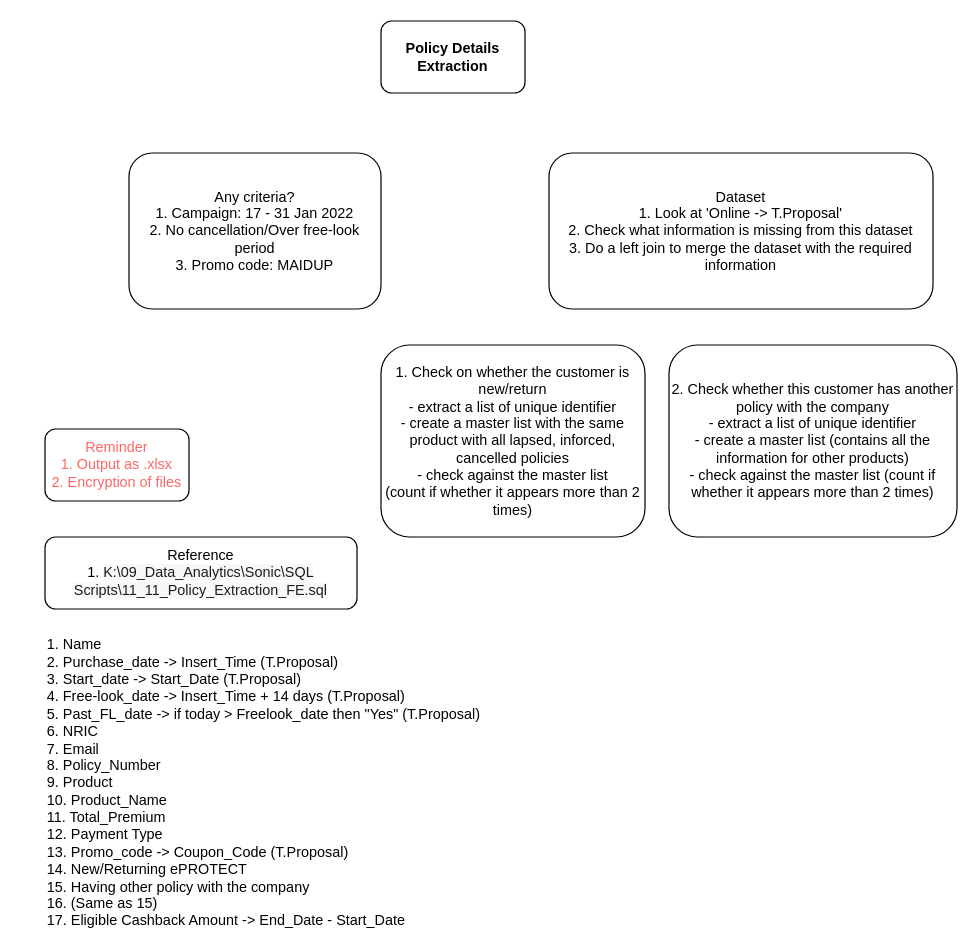
Before: Untitled Diagram.drawio in orlandokohjy/Etiqa, a draw.io diagram. Source tidied: cells renumbered, new cells numbered last; positions are measured from the earlier drawing's top-left corner, leaving out a move shared by most shapes. Both pictures are drawn from the tidied source at 120%, with x=0, y=0 at pixel (44, 20).
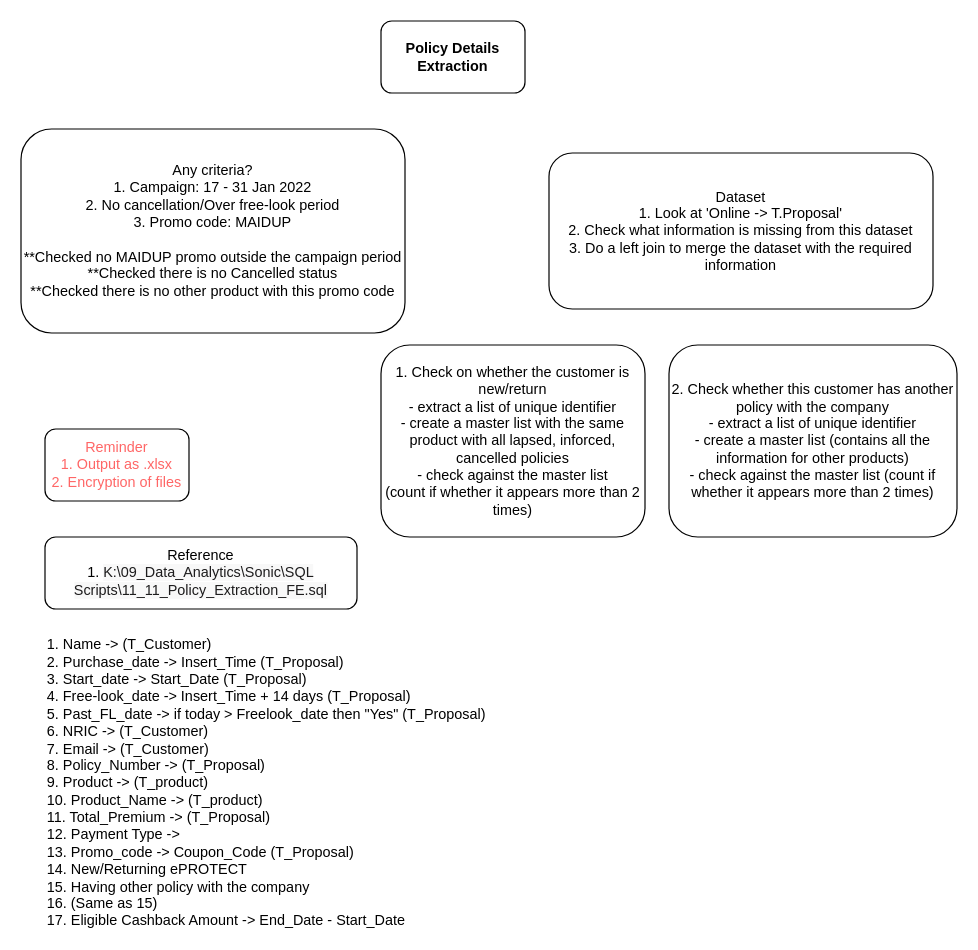
After the change.

Diff of the diagram source:
```diff
@@
 <mxGraphModel>
   <root>
     <mxCell id="0" />
     <mxCell id="1" parent="0" />
     <mxCell id="2" value="Policy Details Extraction" style="rounded=1;whiteSpace=wrap;html=1;fontStyle=1;" parent="1" vertex="1">
       <mxGeometry x="280" width="120" height="60" as="geometry" />
     </mxCell>
-    <mxCell id="3" value="Any criteria?&lt;br&gt;1. Campaign: 17 - 31 Jan 2022&lt;br&gt;2. No cancellation/Over free-look period&lt;br&gt;3. Promo code: MAIDUP" style="rounded=1;whiteSpace=wrap;html=1;" parent="1" vertex="1">
-      <mxGeometry x="70" y="110" width="210" height="130" as="geometry" />
+    <mxCell id="3" value="Any criteria?&lt;br&gt;1. Campaign: 17 - 31 Jan 2022&lt;br&gt;2. No cancellation/Over free-look period&lt;br&gt;3. Promo code: MAIDUP&lt;br&gt;&lt;br&gt;**Checked no MAIDUP promo outside the campaign period&lt;br&gt;**Checked there is no Cancelled status&lt;br&gt;**Checked there is no other product with this promo code" style="rounded=1;whiteSpace=wrap;html=1;" parent="1" vertex="1">
+      <mxGeometry x="-20" y="90" width="320" height="170" as="geometry" />
     </mxCell>
     <mxCell id="4" value="Dataset&lt;br&gt;1. Look at 'Online -&amp;gt; T.Proposal'&lt;br&gt;2. Check what information is missing from this dataset&lt;br&gt;3. Do a left join to merge the dataset with the required information" style="rounded=1;whiteSpace=wrap;html=1;" parent="1" vertex="1">
       <mxGeometry x="420" y="110" width="320" height="130" as="geometry" />
     </mxCell>
     <mxCell id="5" value="Reminder&lt;br&gt;1. Output as .xlsx&lt;br&gt;2. Encryption of files" style="rounded=1;whiteSpace=wrap;html=1;strokeColor=default;fontColor=#FF6666;" parent="1" vertex="1">
       <mxGeometry y="340" width="120" height="60" as="geometry" />
     </mxCell>
     <mxCell id="6" value="1. Check on whether the customer is new/return&lt;br&gt;- extract a list of unique identifier&lt;br&gt;- create a master list with the same product with all lapsed, inforced, cancelled policies&lt;br&gt;- check against the master list &lt;br&gt;(count if whether it appears more than 2 times)" style="rounded=1;whiteSpace=wrap;html=1;fontColor=#000000;strokeColor=default;" parent="1" vertex="1">
       <mxGeometry x="280" y="270" width="220" height="160" as="geometry" />
     </mxCell>
     <mxCell id="7" value="2. Check whether this customer has another policy with the company&lt;br&gt;- extract a list of unique identifier&lt;br&gt;- create a master list (contains all the information for other products)&lt;br&gt;- check against the master list (count if whether it appears more than 2 times)" style="rounded=1;whiteSpace=wrap;html=1;fontColor=#000000;strokeColor=default;" parent="1" vertex="1">
       <mxGeometry x="520" y="270" width="240" height="160" as="geometry" />
     </mxCell>
     <mxCell id="8" value="Reference&lt;br&gt;1.&amp;nbsp;&lt;span style=&quot;color: rgb(29 , 28 , 29) ; text-align: left ; background-color: rgb(248 , 248 , 248)&quot;&gt;&lt;font style=&quot;font-size: 12px&quot;&gt;K:\09_Data_Analytics\Sonic\SQL Scripts\11_11_Policy_Extraction_FE.sql&lt;/font&gt;&lt;/span&gt;" style="rounded=1;whiteSpace=wrap;html=1;fontColor=#000000;strokeColor=default;" parent="1" vertex="1">
       <mxGeometry y="430" width="260" height="60" as="geometry" />
     </mxCell>
-    <mxCell id="9" value="1. Name&lt;br&gt;2. Purchase_date -&amp;gt; Insert_Time (T.Proposal)&lt;br&gt;3. Start_date -&amp;gt; Start_Date (T.Proposal)&lt;br&gt;4. Free-look_date -&amp;gt; Insert_Time + 14 days (T.Proposal)&lt;br&gt;5. Past_FL_date -&amp;gt; if today &amp;gt; Freelook_date then &quot;Yes&quot; (T.Proposal)&lt;br&gt;6. NRIC&lt;br&gt;7. Email&lt;br&gt;8. Policy_Number&lt;br&gt;9. Product&lt;br&gt;10. Product_Name&lt;br&gt;11. Total_Premium&lt;br&gt;12. Payment Type&lt;br&gt;13. Promo_code -&amp;gt; Coupon_Code (T.Proposal)&lt;br&gt;14. New/Returning ePROTECT&lt;br&gt;15. Having other policy with the company&lt;br&gt;16. (Same as 15)&lt;br&gt;17. Eligible Cashback Amount -&amp;gt; End_Date - Start_Date" style="text;html=1;strokeColor=none;fillColor=none;align=left;verticalAlign=middle;whiteSpace=wrap;rounded=0;fontSize=12;fontColor=#000000;" parent="1" vertex="1">
+    <mxCell id="9" value="1. Name -&amp;gt; (T_Customer)&lt;br&gt;2. Purchase_date -&amp;gt; Insert_Time (T_Proposal)&lt;br&gt;3. Start_date -&amp;gt; Start_Date (T_Proposal)&lt;br&gt;4. Free-look_date -&amp;gt; Insert_Time + 14 days (T_Proposal)&lt;br&gt;5. Past_FL_date -&amp;gt; if today &amp;gt; Freelook_date then &quot;Yes&quot; (T_Proposal)&lt;br&gt;6. NRIC -&amp;gt; (T_Customer)&lt;br&gt;7. Email -&amp;gt; (T_Customer)&lt;br&gt;8. Policy_Number -&amp;gt; (T_Proposal)&lt;br&gt;9. Product -&amp;gt; (T_product)&lt;br&gt;10. Product_Name -&amp;gt; (T_product)&lt;br&gt;11. Total_Premium -&amp;gt; (T_Proposal)&lt;br&gt;12. Payment Type -&amp;gt;&amp;nbsp;&lt;br&gt;13. Promo_code -&amp;gt; Coupon_Code (T_Proposal)&lt;br&gt;14. New/Returning ePROTECT&lt;br&gt;15. Having other policy with the company&lt;br&gt;16. (Same as 15)&lt;br&gt;17. Eligible Cashback Amount -&amp;gt; End_Date - Start_Date" style="text;html=1;strokeColor=none;fillColor=none;align=left;verticalAlign=middle;whiteSpace=wrap;rounded=0;fontSize=12;fontColor=#000000;" parent="1" vertex="1">
       <mxGeometry y="540" width="520" height="190" as="geometry" />
     </mxCell>
   </root>
 </mxGraphModel>
```
